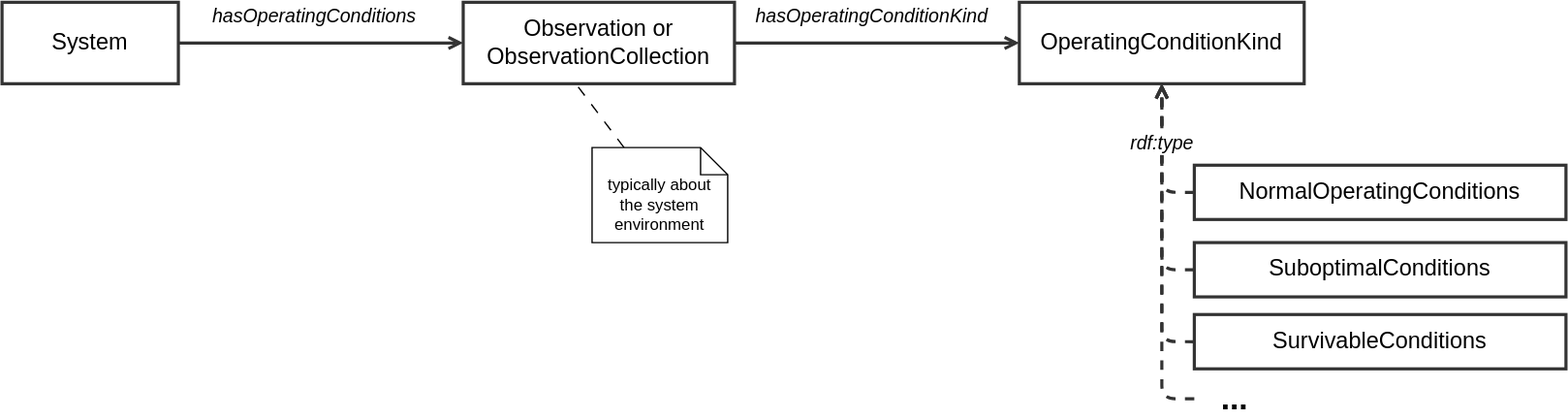
Before: ssn/images/SSNSystem-operating-conditions.svg, a diagram exported from draw.io (afeliachi/sdw-sosa-ssn). Source tidied: cells renumbered, new cells last; positions are measured from the earlier drawing's top-left corner, leaving out a move shared by most shapes.
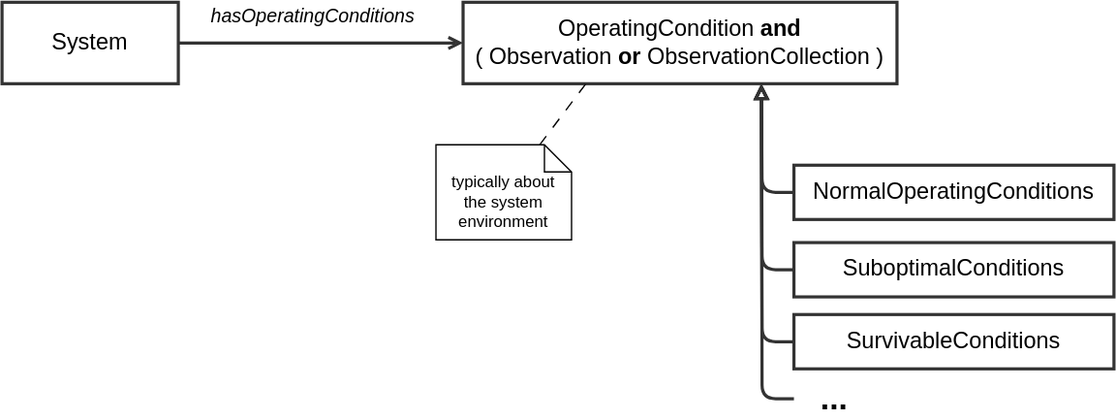
After the change.

Commit message:
soft-typing -> typing for Operating Conditions

What changed in the source:
```diff
@@ -2,52 +2,52 @@
   <root>
     <mxCell id="0" />
     <mxCell id="1" parent="0" />
-    <mxCell id="2" value="hasOperatingConditionKind" style="edgeStyle=orthogonalEdgeStyle;shape=connector;rounded=1;jettySize=auto;html=1;exitX=1;exitY=0.5;exitDx=0;exitDy=0;labelBackgroundColor=default;strokeColor=#333333;strokeWidth=2.3;align=center;verticalAlign=middle;fontFamily=Helvetica;fontSize=14;fontColor=default;startArrow=none;endArrow=open;fontStyle=2;" parent="1" edge="1" source="3" target="4">
-      <mxGeometry x="-0.04" y="20" relative="1" as="geometry" />
-    </mxCell>
-    <mxCell id="3" value="Observation or ObservationCollection" style="html=1;overflow=block;blockSpacing=1;whiteSpace=wrap;fontSize=16.8;align=center;spacing=0;strokeColor=#333333;fillColor=none;strokeWidth=2.3;" parent="1" vertex="1">
-      <mxGeometry x="340" width="200" height="60" as="geometry" />
+    <mxCell id="3" value="OperatingCondition &lt;b&gt;and &lt;/b&gt;&lt;br&gt;( Observation &lt;b&gt;or &lt;/b&gt;ObservationCollection )" style="html=1;overflow=block;blockSpacing=1;whiteSpace=wrap;fontSize=16.8;align=center;spacing=0;strokeColor=#333333;fillColor=none;strokeWidth=2.3;" parent="1" vertex="1">
+      <mxGeometry x="635" width="320" height="60" as="geometry" />
     </mxCell>
-    <mxCell id="4" value="OperatingConditionKind" style="html=1;overflow=block;blockSpacing=1;whiteSpace=wrap;fontSize=16.8;align=center;spacing=0;strokeColor=#333333;strokeOpacity=100;fillColor=none;strokeWidth=2.3;" parent="1" vertex="1">
-      <mxGeometry x="750" width="210" height="60" as="geometry" />
-    </mxCell>
     <mxCell id="5" value="NormalOperatingConditions" style="html=1;overflow=block;blockSpacing=1;whiteSpace=wrap;fontSize=16.8;align=center;spacing=0;strokeColor=#333333;strokeOpacity=100;fillColor=none;strokeWidth=2.3;" parent="1" vertex="1">
-      <mxGeometry x="879" y="120" width="274" height="40" as="geometry" />
+      <mxGeometry x="879" y="120" width="236" height="40" as="geometry" />
     </mxCell>
     <mxCell id="6" value="..." style="text;html=1;strokeColor=none;fillColor=none;align=center;verticalAlign=middle;whiteSpace=wrap;rounded=0;fontSize=24;fontFamily=Helvetica;fontColor=default;fontStyle=1;" parent="1" vertex="1">
       <mxGeometry x="879" y="277" width="60" height="30" as="geometry" />
     </mxCell>
-    <mxCell id="7" style="edgeStyle=orthogonalEdgeStyle;shape=connector;rounded=1;jettySize=auto;html=1;labelBackgroundColor=default;strokeColor=#333333;strokeWidth=2.3;align=center;verticalAlign=middle;fontFamily=Helvetica;fontSize=14;fontColor=default;startArrow=none;endArrow=open;fontStyle=2;entryX=0.5;entryY=1;entryDx=0;entryDy=0;dashed=1;exitX=0;exitY=0.5;exitDx=0;exitDy=0;" parent="1" edge="1" source="5" target="4">
-      <mxGeometry x="-0.04" y="20" relative="1" as="geometry" />
+    <mxCell id="7" style="edgeStyle=orthogonalEdgeStyle;shape=connector;rounded=1;jettySize=auto;html=1;labelBackgroundColor=default;strokeColor=#333333;strokeWidth=2.3;align=center;verticalAlign=middle;fontFamily=Helvetica;fontSize=14;fontColor=default;startArrow=none;endArrow=block;fontStyle=2;entryX=0.5;entryY=1;entryDx=0;entryDy=0;exitX=0;exitY=0.5;exitDx=0;exitDy=0;endFill=0;" parent="1" edge="1" source="5">
+      <mxGeometry x="-0.04" y="20" relative="1" as="geometry">
+        <mxPoint x="855" y="60" as="targetPoint" />
+      </mxGeometry>
     </mxCell>
-    <mxCell id="8" style="edgeStyle=orthogonalEdgeStyle;shape=connector;rounded=1;jettySize=auto;html=1;exitX=0;exitY=0.5;exitDx=0;exitDy=0;dashed=1;labelBackgroundColor=default;strokeColor=#333333;strokeWidth=2.3;align=center;verticalAlign=middle;fontFamily=Helvetica;fontSize=14;fontColor=default;startArrow=none;endArrow=open;" parent="1" edge="1" source="9" target="4">
-      <mxGeometry relative="1" as="geometry" />
+    <mxCell id="8" style="edgeStyle=orthogonalEdgeStyle;shape=connector;rounded=1;jettySize=auto;html=1;exitX=0;exitY=0.5;exitDx=0;exitDy=0;labelBackgroundColor=default;strokeColor=#333333;strokeWidth=2.3;align=center;verticalAlign=middle;fontFamily=Helvetica;fontSize=14;fontColor=default;startArrow=none;endArrow=block;endFill=0;" parent="1" edge="1" source="9">
+      <mxGeometry relative="1" as="geometry">
+        <mxPoint x="855" y="60" as="targetPoint" />
+      </mxGeometry>
     </mxCell>
     <mxCell id="9" value="SurvivableConditions" style="html=1;overflow=block;blockSpacing=1;whiteSpace=wrap;fontSize=16.8;align=center;spacing=0;strokeColor=#333333;strokeOpacity=100;fillColor=none;strokeWidth=2.3;" parent="1" vertex="1">
-      <mxGeometry x="879" y="230" width="274" height="40" as="geometry" />
+      <mxGeometry x="879" y="230" width="236" height="40" as="geometry" />
     </mxCell>
-    <mxCell id="10" style="edgeStyle=orthogonalEdgeStyle;shape=connector;rounded=1;jettySize=auto;html=1;exitX=0;exitY=0.5;exitDx=0;exitDy=0;dashed=1;labelBackgroundColor=default;strokeColor=#333333;strokeWidth=2.3;align=center;verticalAlign=middle;fontFamily=Helvetica;fontSize=14;fontColor=default;startArrow=none;endArrow=open;" parent="1" edge="1" source="11" target="4">
-      <mxGeometry relative="1" as="geometry" />
+    <mxCell id="10" style="edgeStyle=orthogonalEdgeStyle;shape=connector;rounded=1;jettySize=auto;html=1;exitX=0;exitY=0.5;exitDx=0;exitDy=0;labelBackgroundColor=default;strokeColor=#333333;strokeWidth=2.3;align=center;verticalAlign=middle;fontFamily=Helvetica;fontSize=14;fontColor=default;startArrow=none;endArrow=block;endFill=0;" parent="1" edge="1" source="11">
+      <mxGeometry relative="1" as="geometry">
+        <mxPoint x="855" y="60" as="targetPoint" />
+      </mxGeometry>
     </mxCell>
     <mxCell id="11" value="SuboptimalConditions" style="html=1;overflow=block;blockSpacing=1;whiteSpace=wrap;fontSize=16.8;align=center;spacing=0;strokeColor=#333333;strokeOpacity=100;fillColor=none;strokeWidth=2.3;" parent="1" vertex="1">
-      <mxGeometry x="879" y="177" width="274" height="40" as="geometry" />
+      <mxGeometry x="879" y="177" width="236" height="40" as="geometry" />
     </mxCell>
-    <mxCell id="12" value="rdf:type" style="edgeStyle=orthogonalEdgeStyle;shape=connector;rounded=1;jettySize=auto;html=1;labelBackgroundColor=default;strokeColor=#333333;strokeWidth=2.3;align=center;verticalAlign=middle;fontFamily=Helvetica;fontSize=14;fontColor=default;startArrow=none;endArrow=open;fontStyle=2;dashed=1;entryX=0.5;entryY=1;entryDx=0;entryDy=0;exitX=0;exitY=0.5;exitDx=0;exitDy=0;" parent="1" edge="1" source="6" target="4">
-      <mxGeometry x="0.65" relative="1" as="geometry" />
+    <mxCell id="12" style="edgeStyle=orthogonalEdgeStyle;shape=connector;rounded=1;jettySize=auto;html=1;labelBackgroundColor=default;strokeColor=#333333;strokeWidth=2.3;align=center;verticalAlign=middle;fontFamily=Helvetica;fontSize=14;fontColor=default;startArrow=none;endArrow=block;fontStyle=2;entryX=0.5;entryY=1;entryDx=0;entryDy=0;exitX=0;exitY=0.5;exitDx=0;exitDy=0;endFill=0;" parent="1" edge="1" source="6">
+      <mxGeometry x="0.65" relative="1" as="geometry">
+        <mxPoint x="855" y="60" as="targetPoint" />
+      </mxGeometry>
     </mxCell>
-    <mxCell id="13" style="rounded=0;jettySize=auto;html=1;entryX=0.5;entryY=1;entryDx=0;entryDy=0;dashed=1;dashPattern=8 8;endArrow=none;endFill=0;" parent="1" edge="1" source="14">
-      <mxGeometry relative="1" as="geometry">
-        <mxPoint x="420" y="56" as="targetPoint" />
-      </mxGeometry>
+    <mxCell id="13" style="rounded=0;jettySize=auto;html=1;entryX=0.283;entryY=1;entryDx=0;entryDy=0;dashed=1;dashPattern=8 8;endArrow=none;endFill=0;entryPerimeter=0;" parent="1" edge="1" source="14" target="3">
+      <mxGeometry relative="1" as="geometry" />
     </mxCell>
     <mxCell id="14" value="&lt;br&gt;typically about&lt;br&gt;the system environment" style="shape=note;size=20;whiteSpace=wrap;html=1;" parent="1" vertex="1">
-      <mxGeometry x="435" y="107" width="100" height="70" as="geometry" />
+      <mxGeometry x="615" y="105" width="100" height="70" as="geometry" />
     </mxCell>
     <mxCell id="15" value="&lt;i&gt;hasOperatingConditions&lt;/i&gt;" style="edgeStyle=orthogonalEdgeStyle;shape=connector;rounded=1;jettySize=auto;html=1;exitX=1;exitY=0.5;exitDx=0;exitDy=0;entryX=0;entryY=0.5;entryDx=0;entryDy=0;labelBackgroundColor=default;strokeColor=#333333;strokeWidth=2.3;align=center;verticalAlign=middle;fontFamily=Helvetica;fontSize=14;fontColor=default;startArrow=none;endArrow=open;" parent="1" edge="1" source="16" target="3">
       <mxGeometry x="-0.05" y="20" relative="1" as="geometry" />
     </mxCell>
     <mxCell id="16" value="System" style="html=1;overflow=block;blockSpacing=1;whiteSpace=wrap;fontSize=16.8;align=center;spacing=0;strokeColor=#333333;strokeOpacity=100;fillColor=none;strokeWidth=2.3;" parent="1" vertex="1">
-      <mxGeometry width="130" height="60" as="geometry" />
+      <mxGeometry x="295" width="130" height="60" as="geometry" />
     </mxCell>
   </root>
 </mxGraphModel>
```
